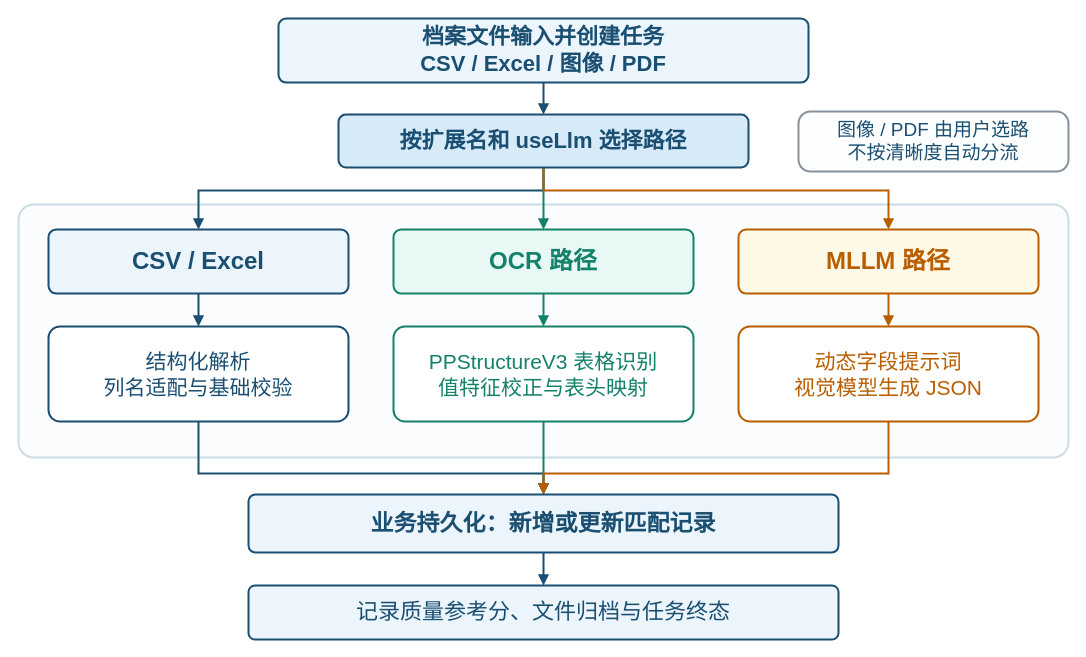
Before: paper/原图风格修订/figures/fig3-2.drawio in LCJM-85/ArchiveBridge, a draw.io diagram. Source tidied: cells renumbered, new cells numbered last; positions are measured from the earlier drawing's top-left corner, leaving out a move shared by most shapes. Both pictures are drawn from the tidied source at 100%, with x=0, y=0 at pixel (18, 18).
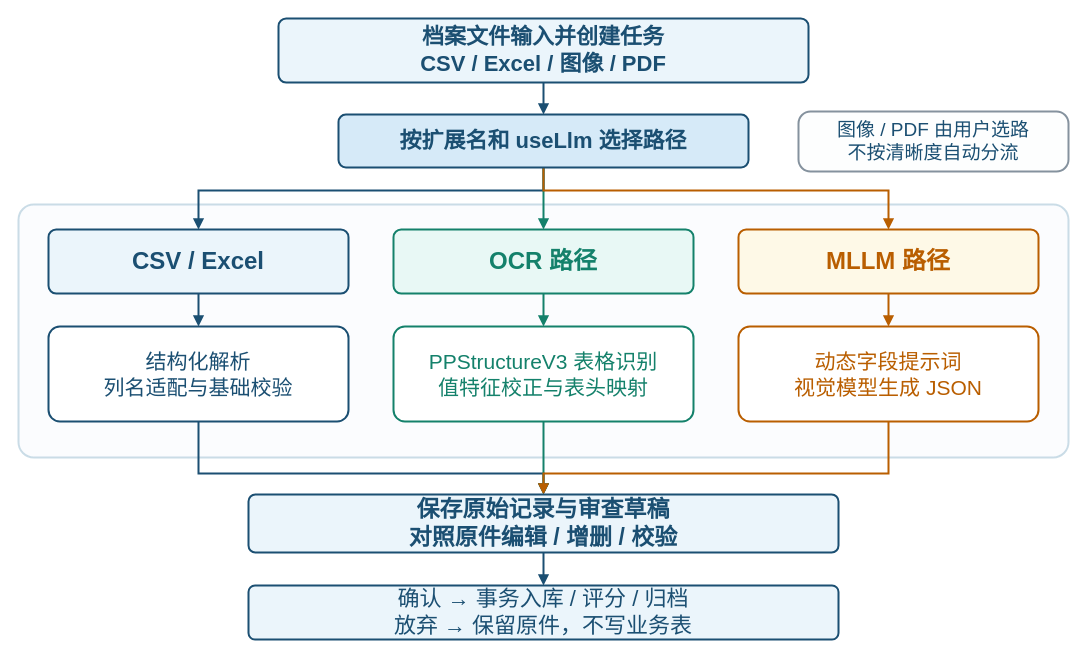
After the change.

What changed in the source:
```diff
@@
-    <mxCell id="23" value="业务持久化：新增或更新匹配记录" style="rounded=1;whiteSpace=wrap;html=1;arcSize=12;fillColor=#EBF5FB;strokeColor=#1B4F72;strokeWidth=2;fontColor=#1B4F72;fontFamily=Microsoft YaHei;align=center;verticalAlign=middle;fontSize=23;fontStyle=1;spacing=8;dashed=0;" parent="1" vertex="1">
+    <mxCell id="23" value="保存原始记录与审查草稿&lt;br&gt;对照原件编辑 / 增删 / 校验" style="rounded=1;whiteSpace=wrap;html=1;arcSize=12;fillColor=#EBF5FB;strokeColor=#1B4F72;strokeWidth=2;fontColor=#1B4F72;fontFamily=Microsoft YaHei;align=center;verticalAlign=middle;fontSize=23;fontStyle=1;spacing=8;dashed=0;" parent="1" vertex="1">
       <mxGeometry x="230" y="476" width="590" height="58" as="geometry" />
     </mxCell>
-    <mxCell id="24" value="记录质量参考分、文件归档与任务终态" style="rounded=1;whiteSpace=wrap;html=1;arcSize=12;fillColor=#EBF5FB;strokeColor=#1B4F72;strokeWidth=2;fontColor=#1B4F72;fontFamily=Microsoft YaHei;align=center;verticalAlign=middle;fontSize=22;fontStyle=0;spacing=8;dashed=0;" parent="1" vertex="1">
+    <mxCell id="24" value="确认 → 事务入库 / 评分 / 归档&lt;br&gt;放弃 → 保留原件，不写业务表" style="rounded=1;whiteSpace=wrap;html=1;arcSize=12;fillColor=#EBF5FB;strokeColor=#1B4F72;strokeWidth=2;fontColor=#1B4F72;fontFamily=Microsoft YaHei;align=center;verticalAlign=middle;fontSize=22;fontStyle=0;spacing=8;dashed=0;" parent="1" vertex="1">
       <mxGeometry x="230" y="567" width="590" height="54" as="geometry" />
     </mxCell>
```
